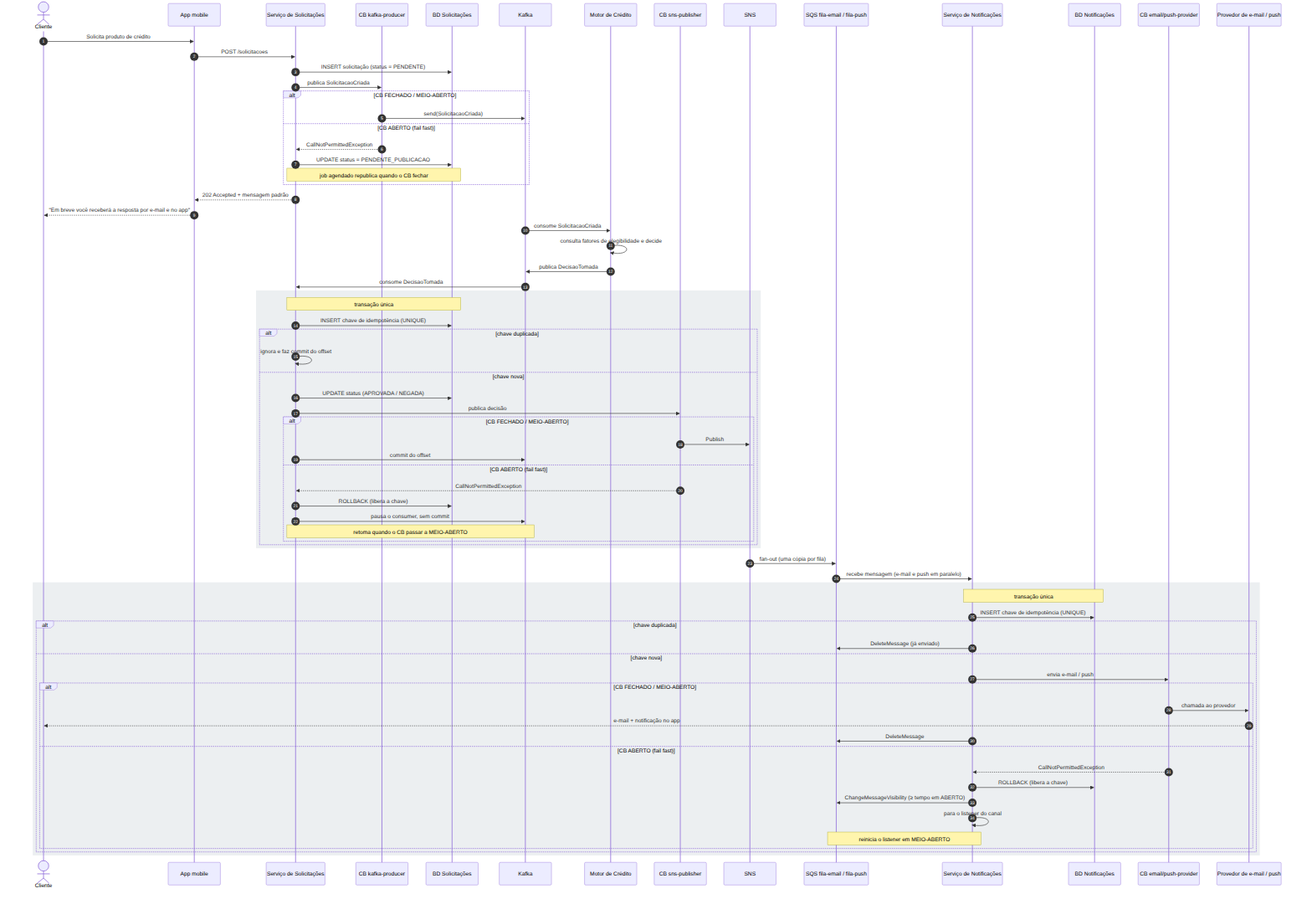
The Mermaid diagram docs/sequencia.png in rafaelzucon/fluxo-de-credito, before a commit. Its source is kept beside it as docs/sequencia.mmd.
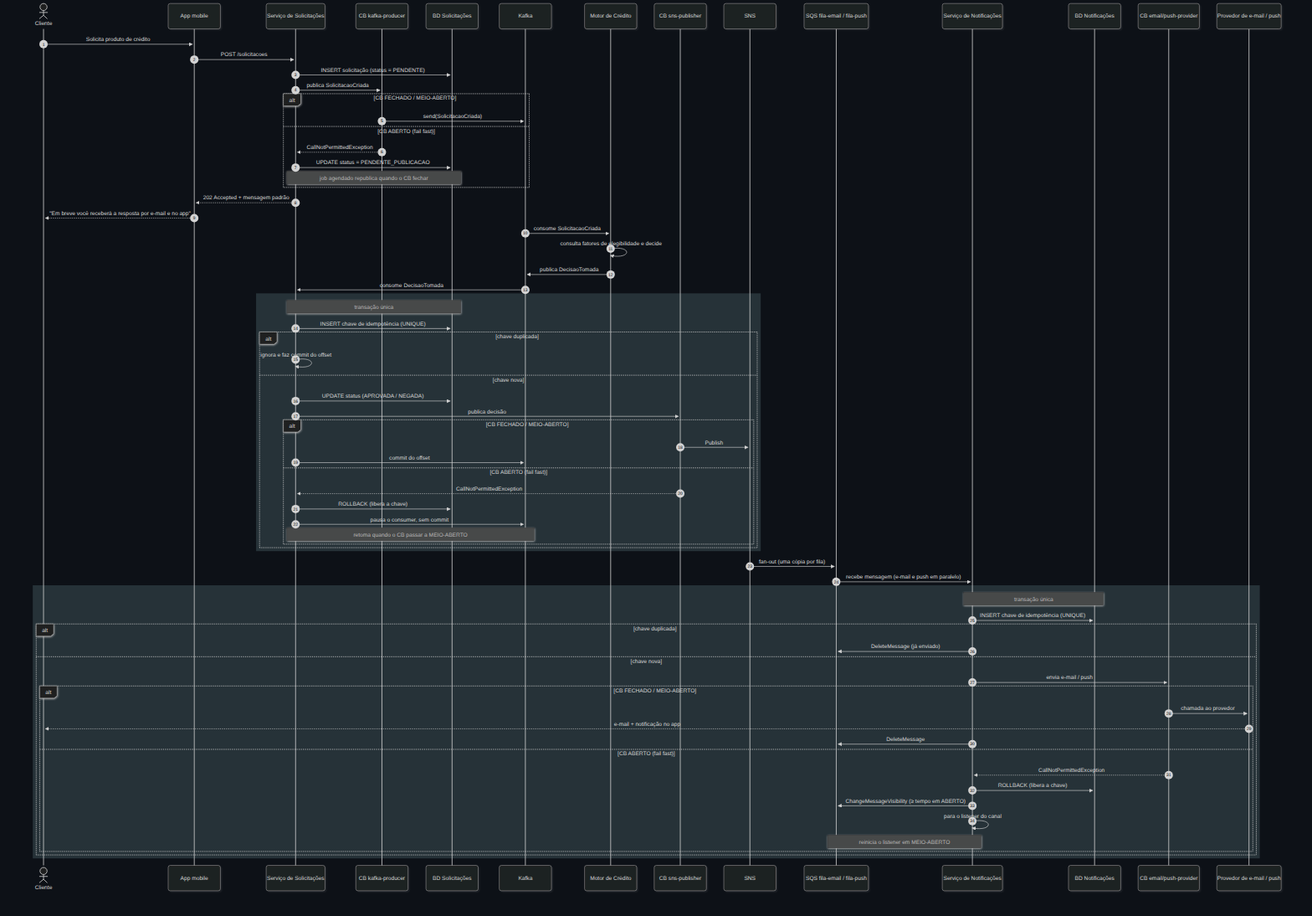
After the change.

Diff of the diagram source:
```diff
@@ -1,3 +1,4 @@
+%%{init: {"theme": "dark"}}%%
 sequenceDiagram
     autonumber
     actor C as Cliente
@@ -34,7 +35,7 @@
     M->>K: publica DecisaoTomada
 
     K->>SOL: consome DecisaoTomada
-    rect rgb(236, 239, 241)
+    rect rgb(38, 50, 56)
         Note over SOL,DBS: transação única
         SOL->>DBS: INSERT chave de idempotência (UNIQUE)
         alt chave duplicada
@@ -57,7 +58,7 @@
     SNS->>Q: fan-out (uma cópia por fila)
 
     Q->>NOT: recebe mensagem (e-mail e push em paralelo)
-    rect rgb(236, 239, 241)
+    rect rgb(38, 50, 56)
         Note over NOT,DBN: transação única
         NOT->>DBN: INSERT chave de idempotência (UNIQUE)
         alt chave duplicada
```
